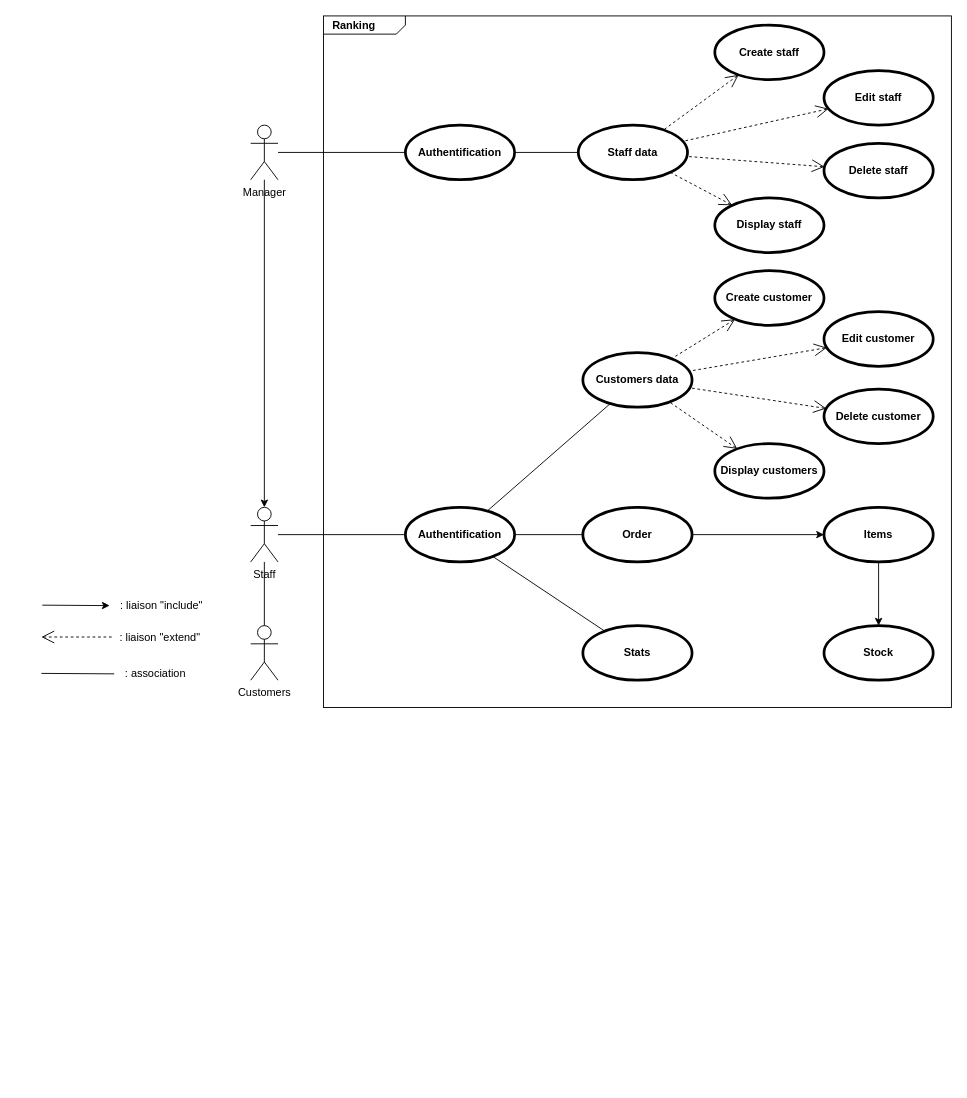
The draw.io diagram page "Diag use case" (1 of 5) of Diagrammes/diagrammes.drawio in pierre1316/Projet-POO-CPP-CLI, before the edit. Source tidied: cells renumbered, new cells numbered last; positions are measured from the earlier drawing's top-left corner, leaving out a move shared by most shapes. Both pictures are drawn from the tidied source at 91%, with x=0, y=0 at pixel (41, 15).
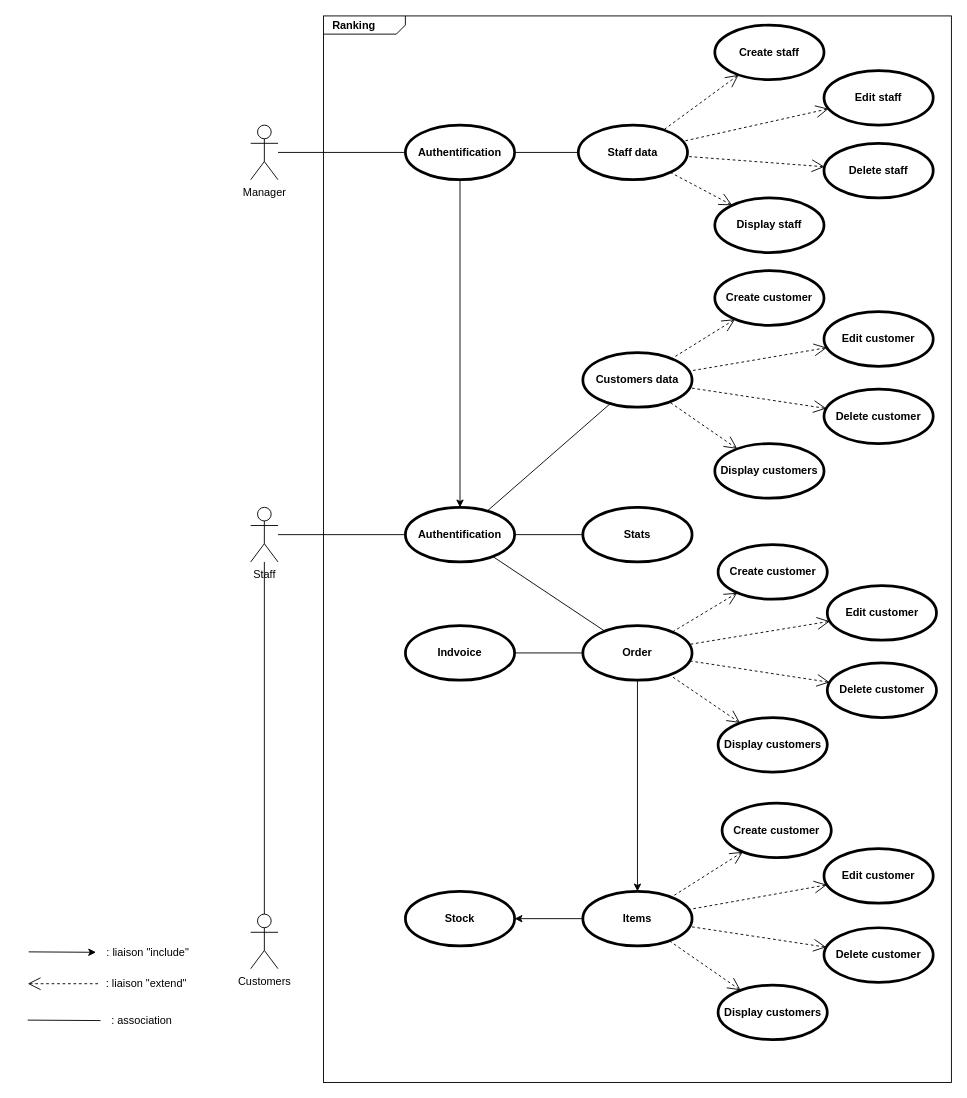
After the change.

The change refers to these unchanged cells:
```xml
<mxCell id="3" value="Staff" style="shape=umlActor;html=1;verticalLabelPosition=bottom;verticalAlign=top;align=center;fillColor=none;" parent="1" vertex="1">
  <mxGeometry x="230" y="540" width="30" height="60" as="geometry" />
</mxCell>
<mxCell id="18" value="Manager" style="shape=umlActor;html=1;verticalLabelPosition=bottom;verticalAlign=top;align=center;fillColor=none;" parent="1" vertex="1">
  <mxGeometry x="230" y="120" width="30" height="60" as="geometry" />
</mxCell>
<mxCell id="24" value="Authentification" style="shape=ellipse;html=1;strokeWidth=3;fontStyle=1;whiteSpace=wrap;align=center;perimeter=ellipsePerimeter;fillColor=none;" parent="1" vertex="1">
  <mxGeometry x="400" y="120" width="120" height="60" as="geometry" />
</mxCell>
<mxCell id="25" value="Authentification" style="shape=ellipse;html=1;strokeWidth=3;fontStyle=1;whiteSpace=wrap;align=center;perimeter=ellipsePerimeter;fillColor=none;" parent="1" vertex="1">
  <mxGeometry x="400" y="540" width="120" height="60" as="geometry" />
</mxCell>
```

The edit, as a diff of the source:
```diff
@@
     <mxCell id="2" value="&lt;p style=&quot;margin:0px;margin-top:4px;margin-left:10px;text-align:left;&quot;&gt;&lt;b&gt;Ranking&lt;/b&gt;&lt;/p&gt;" style="html=1;shape=mxgraph.sysml.package;html=1;overflow=fill;whiteSpace=wrap;fillColor=none;" parent="1" vertex="1">
-      <mxGeometry x="310" width="690" height="760" as="geometry" />
+      <mxGeometry x="310" width="690" height="1172" as="geometry" />
     </mxCell>
@@
     <mxCell id="5" value="Order" style="shape=ellipse;html=1;strokeWidth=3;fontStyle=1;whiteSpace=wrap;align=center;perimeter=ellipsePerimeter;fillColor=none;" parent="1" vertex="1">
-      <mxGeometry x="595" y="540" width="120" height="60" as="geometry" />
+      <mxGeometry x="595" y="670" width="120" height="60" as="geometry" />
     </mxCell>
     <mxCell id="6" value="Items" style="shape=ellipse;html=1;strokeWidth=3;fontStyle=1;whiteSpace=wrap;align=center;perimeter=ellipsePerimeter;fillColor=none;" parent="1" vertex="1">
-      <mxGeometry x="860" y="540" width="120" height="60" as="geometry" />
+      <mxGeometry x="595" y="962" width="120" height="60" as="geometry" />
     </mxCell>
     <mxCell id="7" value="Stock" style="shape=ellipse;html=1;strokeWidth=3;fontStyle=1;whiteSpace=wrap;align=center;perimeter=ellipsePerimeter;fillColor=none;" parent="1" vertex="1">
-      <mxGeometry x="860" y="670" width="120" height="60" as="geometry" />
+      <mxGeometry x="400" y="962" width="120" height="60" as="geometry" />
     </mxCell>
     <mxCell id="8" value="Stats" style="shape=ellipse;html=1;strokeWidth=3;fontStyle=1;whiteSpace=wrap;align=center;perimeter=ellipsePerimeter;fillColor=none;" parent="1" vertex="1">
-      <mxGeometry x="595" y="670" width="120" height="60" as="geometry" />
+      <mxGeometry x="595" y="540" width="120" height="60" as="geometry" />
     </mxCell>
@@
     <mxCell id="17" value="Customers" style="shape=umlActor;html=1;verticalLabelPosition=bottom;verticalAlign=top;align=center;fillColor=none;" parent="1" vertex="1">
-      <mxGeometry x="230" y="670" width="30" height="60" as="geometry" />
+      <mxGeometry x="230" y="987" width="30" height="60" as="geometry" />
     </mxCell>
@@
     <mxCell id="19" value="&amp;nbsp;: liaison &quot;include&quot;" style="text;html=1;align=center;verticalAlign=middle;strokeColor=none;fillColor=none;" parent="1" vertex="1">
-      <mxGeometry x="70" y="633" width="120" height="30" as="geometry" />
+      <mxGeometry x="55" y="1014" width="120" height="30" as="geometry" />
     </mxCell>
     <mxCell id="20" value=": liaison &quot;extend&quot;" style="text;html=1;align=center;verticalAlign=middle;strokeColor=none;fillColor=none;" parent="1" vertex="1">
-      <mxGeometry x="75" y="668" width="110" height="30" as="geometry" />
+      <mxGeometry x="60" y="1049" width="110" height="30" as="geometry" />
     </mxCell>
     <mxCell id="21" value=": association" style="text;html=1;align=center;verticalAlign=middle;strokeColor=none;fillColor=none;" parent="1" vertex="1">
-      <mxGeometry x="80" y="708" width="90" height="30" as="geometry" />
+      <mxGeometry x="65" y="1089" width="90" height="30" as="geometry" />
     </mxCell>
@@
     <mxCell id="32" style="edgeStyle=none;html=1;startArrow=open;endArrow=none;startSize=12;verticalAlign=bottom;dashed=1;labelBackgroundColor=none;rounded=0;" parent="1" edge="1">
       <mxGeometry relative="1" as="geometry">
-        <mxPoint y="682.5" as="sourcePoint" />
-        <mxPoint x="80" y="682.5" as="targetPoint" />
+        <mxPoint x="-15" y="1063.5" as="sourcePoint" />
+        <mxPoint x="65" y="1063.5" as="targetPoint" />
       </mxGeometry>
     </mxCell>
     <mxCell id="33" style="edgeStyle=none;html=1;endArrow=none;verticalAlign=bottom;rounded=0;" parent="1" edge="1">
       <mxGeometry relative="1" as="geometry">
-        <mxPoint y="722.5" as="sourcePoint" />
-        <mxPoint x="80" y="723" as="targetPoint" />
+        <mxPoint x="-15" y="1103.5" as="sourcePoint" />
+        <mxPoint x="65" y="1104" as="targetPoint" />
       </mxGeometry>
     </mxCell>
@@
     <mxCell id="44" style="endArrow=classic;html=1;rounded=0;" parent="1" edge="1">
       <mxGeometry relative="1" as="geometry">
-        <mxPoint x="1" y="647.5" as="sourcePoint" />
-        <mxPoint x="75" y="648" as="targetPoint" />
+        <mxPoint x="-14" y="1028.5" as="sourcePoint" />
+        <mxPoint x="60" y="1029" as="targetPoint" />
       </mxGeometry>
     </mxCell>
-    <mxCell id="45" style="endArrow=classic;html=1;rounded=0;" parent="1" edge="1" source="18" target="3">
+    <mxCell id="45" style="endArrow=classic;html=1;rounded=0;" parent="1" edge="1" source="24" target="25">
       <mxGeometry relative="1" as="geometry" />
     </mxCell>
+    <mxCell id="46" value="Indvoice" style="shape=ellipse;html=1;strokeWidth=3;fontStyle=1;whiteSpace=wrap;align=center;perimeter=ellipsePerimeter;fillColor=none;" parent="1" vertex="1">
+      <mxGeometry x="400" y="670" width="120" height="60" as="geometry" />
+    </mxCell>
+    <mxCell id="47" style="endArrow=none;html=1;rounded=0;" parent="1" edge="1" source="46" target="5">
+      <mxGeometry relative="1" as="geometry" />
+    </mxCell>
+    <mxCell id="48" value="Edit customer" style="shape=ellipse;html=1;strokeWidth=3;fontStyle=1;whiteSpace=wrap;align=center;perimeter=ellipsePerimeter;fillColor=none;" parent="1" vertex="1">
+      <mxGeometry x="863.6" y="626" width="120" height="60" as="geometry" />
+    </mxCell>
+    <mxCell id="49" value="Delete customer" style="shape=ellipse;html=1;strokeWidth=3;fontStyle=1;whiteSpace=wrap;align=center;perimeter=ellipsePerimeter;fillColor=none;" parent="1" vertex="1">
+      <mxGeometry x="863.6" y="711" width="120" height="60" as="geometry" />
+    </mxCell>
+    <mxCell id="50" value="Display customers" style="shape=ellipse;html=1;strokeWidth=3;fontStyle=1;whiteSpace=wrap;align=center;perimeter=ellipsePerimeter;fillColor=none;" parent="1" vertex="1">
+      <mxGeometry x="743.6" y="771" width="120" height="60" as="geometry" />
+    </mxCell>
+    <mxCell id="51" value="Create customer" style="shape=ellipse;html=1;strokeWidth=3;fontStyle=1;whiteSpace=wrap;align=center;perimeter=ellipsePerimeter;fillColor=none;" parent="1" vertex="1">
+      <mxGeometry x="743.6" y="581" width="120" height="60" as="geometry" />
+    </mxCell>
+    <mxCell id="52" style="edgeStyle=none;html=1;startArrow=open;endArrow=none;startSize=12;verticalAlign=bottom;dashed=1;labelBackgroundColor=none;rounded=0;" parent="1" edge="1" source="51" target="5">
+      <mxGeometry x="-0.18" y="13" relative="1" as="geometry" />
+    </mxCell>
+    <mxCell id="53" style="edgeStyle=none;html=1;startArrow=open;endArrow=none;startSize=12;verticalAlign=bottom;dashed=1;labelBackgroundColor=none;rounded=0;" parent="1" edge="1" source="48" target="5">
+      <mxGeometry x="-0.18" y="13" relative="1" as="geometry" />
+    </mxCell>
+    <mxCell id="54" style="edgeStyle=none;html=1;startArrow=open;endArrow=none;startSize=12;verticalAlign=bottom;dashed=1;labelBackgroundColor=none;rounded=0;" parent="1" edge="1" source="49" target="5">
+      <mxGeometry x="-0.18" y="13" relative="1" as="geometry" />
+    </mxCell>
+    <mxCell id="55" style="edgeStyle=none;html=1;startArrow=open;endArrow=none;startSize=12;verticalAlign=bottom;dashed=1;labelBackgroundColor=none;rounded=0;" parent="1" edge="1" source="50" target="5">
+      <mxGeometry x="-0.18" y="13" relative="1" as="geometry" />
+    </mxCell>
+    <mxCell id="56" value="Edit customer" style="shape=ellipse;html=1;strokeWidth=3;fontStyle=1;whiteSpace=wrap;align=center;perimeter=ellipsePerimeter;fillColor=none;" parent="1" vertex="1">
+      <mxGeometry x="860" y="915" width="120" height="60" as="geometry" />
+    </mxCell>
+    <mxCell id="57" value="Delete customer" style="shape=ellipse;html=1;strokeWidth=3;fontStyle=1;whiteSpace=wrap;align=center;perimeter=ellipsePerimeter;fillColor=none;" parent="1" vertex="1">
+      <mxGeometry x="860" y="1002" width="120" height="60" as="geometry" />
+    </mxCell>
+    <mxCell id="58" value="Display customers" style="shape=ellipse;html=1;strokeWidth=3;fontStyle=1;whiteSpace=wrap;align=center;perimeter=ellipsePerimeter;fillColor=none;" parent="1" vertex="1">
+      <mxGeometry x="743.6" y="1065" width="120" height="60" as="geometry" />
+    </mxCell>
+    <mxCell id="59" value="Create customer" style="shape=ellipse;html=1;strokeWidth=3;fontStyle=1;whiteSpace=wrap;align=center;perimeter=ellipsePerimeter;fillColor=none;" parent="1" vertex="1">
+      <mxGeometry x="748" y="865" width="120" height="60" as="geometry" />
+    </mxCell>
+    <mxCell id="60" style="edgeStyle=none;html=1;startArrow=open;endArrow=none;startSize=12;verticalAlign=bottom;dashed=1;labelBackgroundColor=none;rounded=0;" parent="1" edge="1" source="59" target="6">
+      <mxGeometry x="-0.18" y="13" relative="1" as="geometry" />
+    </mxCell>
+    <mxCell id="61" style="edgeStyle=none;html=1;startArrow=open;endArrow=none;startSize=12;verticalAlign=bottom;dashed=1;labelBackgroundColor=none;rounded=0;" parent="1" edge="1" source="56" target="6">
+      <mxGeometry x="-0.18" y="13" relative="1" as="geometry" />
+    </mxCell>
+    <mxCell id="62" style="edgeStyle=none;html=1;startArrow=open;endArrow=none;startSize=12;verticalAlign=bottom;dashed=1;labelBackgroundColor=none;rounded=0;" parent="1" edge="1" source="57" target="6">
+      <mxGeometry x="-0.18" y="13" relative="1" as="geometry" />
+    </mxCell>
+    <mxCell id="63" style="edgeStyle=none;html=1;startArrow=open;endArrow=none;startSize=12;verticalAlign=bottom;dashed=1;labelBackgroundColor=none;rounded=0;" parent="1" edge="1" source="58" target="6">
+      <mxGeometry x="-0.18" y="13" relative="1" as="geometry" />
+    </mxCell>
```
